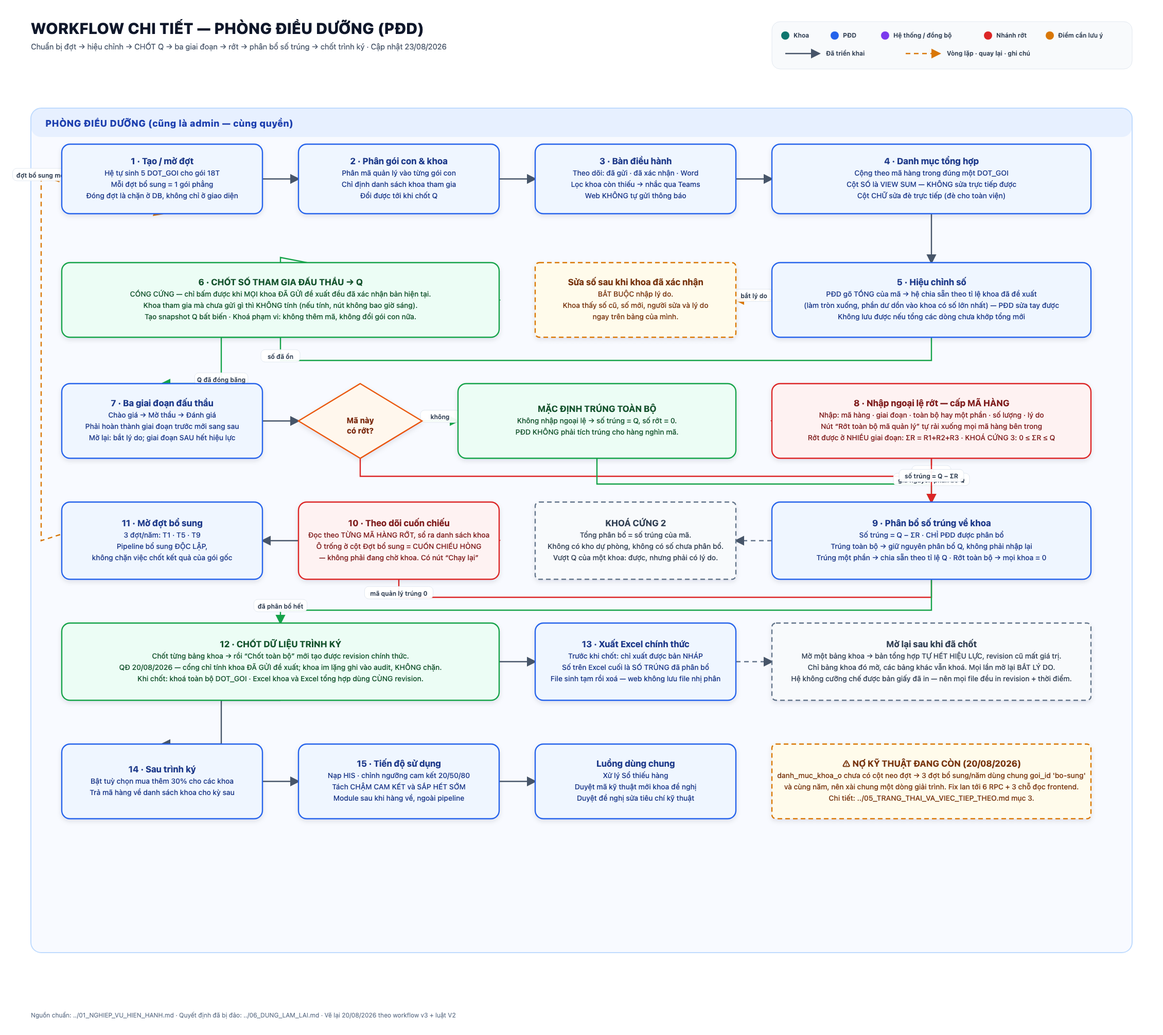
Before: Hướng dẫn build project/so-do-workflow/workflow-pdd.png, a diagram exported from Mermaid (tranthanhan1626-boop/vtyt-umc). Its source is kept beside it as Hướng dẫn build project/so-do-workflow/workflow-pdd.mmd.
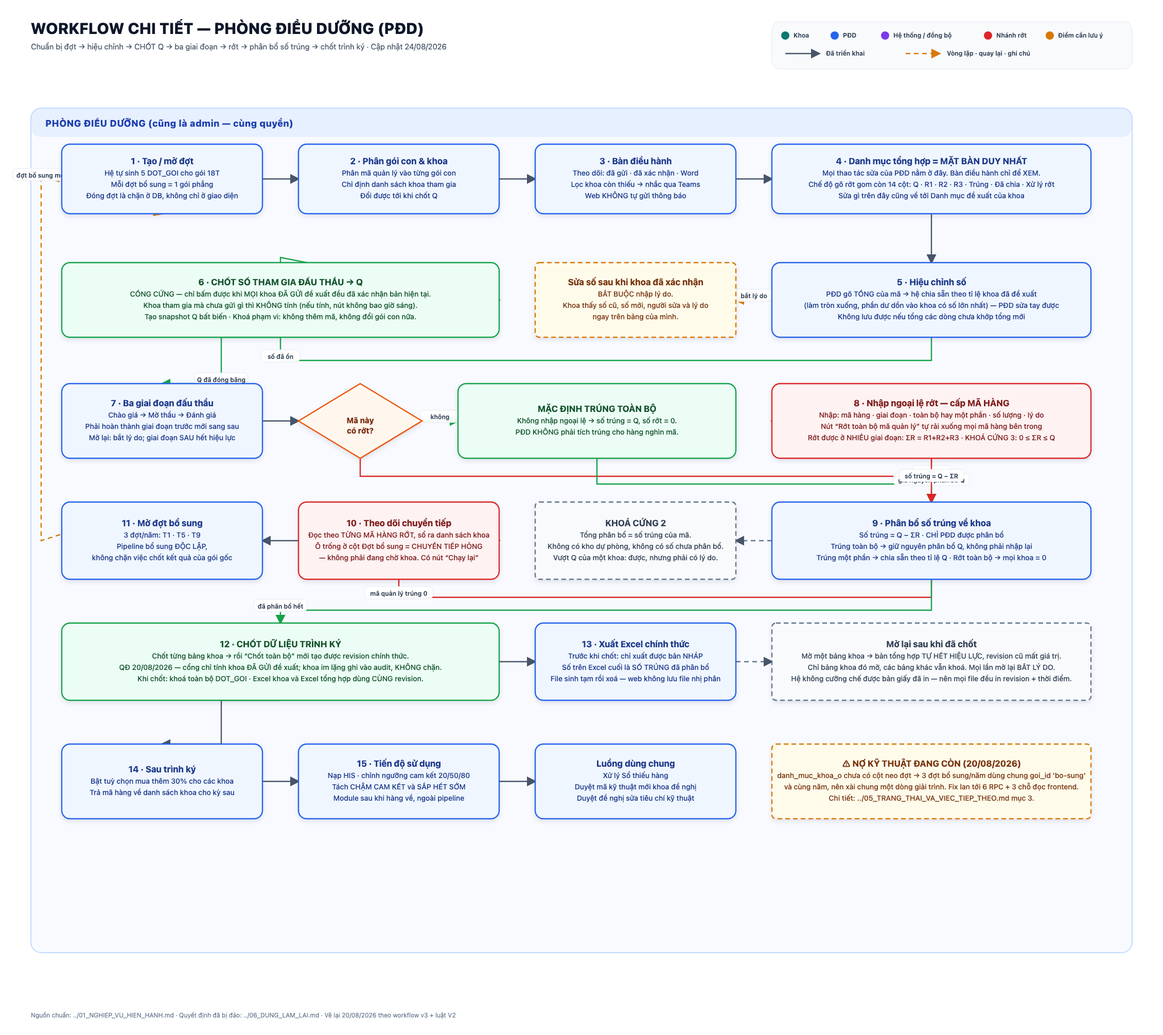
The same diagram one commit later.

The edit, as a diff of the source:
```diff
@@ -22,7 +22,8 @@
   WIN --> A9
   A8 -->|số trúng = Q − ΣR| A9["9 · Phân bổ số trúng về khoa<br/>CHỈ PĐD phân bổ · trúng toàn bộ thì giữ nguyên phân bổ Q<br/>trúng một phần thì chia sẵn theo tỉ lệ Q<br/>KHOÁ CỨNG 2 — tổng phân bổ = số trúng"]:::pdd
 
-  A9 -->|sau khi Xác nhận rớt| A10["10 · Theo dõi cuốn chiếu mã rớt<br/>đọc theo TỪNG MÃ RỚT, sổ ra danh sách khoa<br/>ô trống ở cột Đợt bổ sung = CUỐN CHIẾU HỎNG<br/>bốn trạng thái · có nút Chạy lại"]:::fail
+  A9 -->|D14/D15: PĐD gõ tay số trúng, khoá 2 = trúng+nhận| A9B["Chia số trúng về khoa<br/>sổ dòng mã ra là có bảng nhập từng khoa<br/>chưa chia xong thì không đổ mã, không xác nhận rớt"]:::pdd
+  A9B -->|sau khi Xác nhận rớt| A10["10 · Theo dõi chuyển tiếp mã rớt<br/>đọc theo TỪNG MÃ RỚT, sổ ra danh sách khoa<br/>ô trống ở cột Đợt bổ sung = CHUYỂN TIẾP HỎNG<br/>bốn trạng thái · có nút Chạy lại"]:::fail
   A10 --> A11["11 · Mở đợt bổ sung T1 T5 T9<br/>pipeline bổ sung ĐỘC LẬP,<br/>không chặn chốt kết quả của gói gốc"]:::pdd
   A11 -. "đợt mới" .-> A1
 
```
